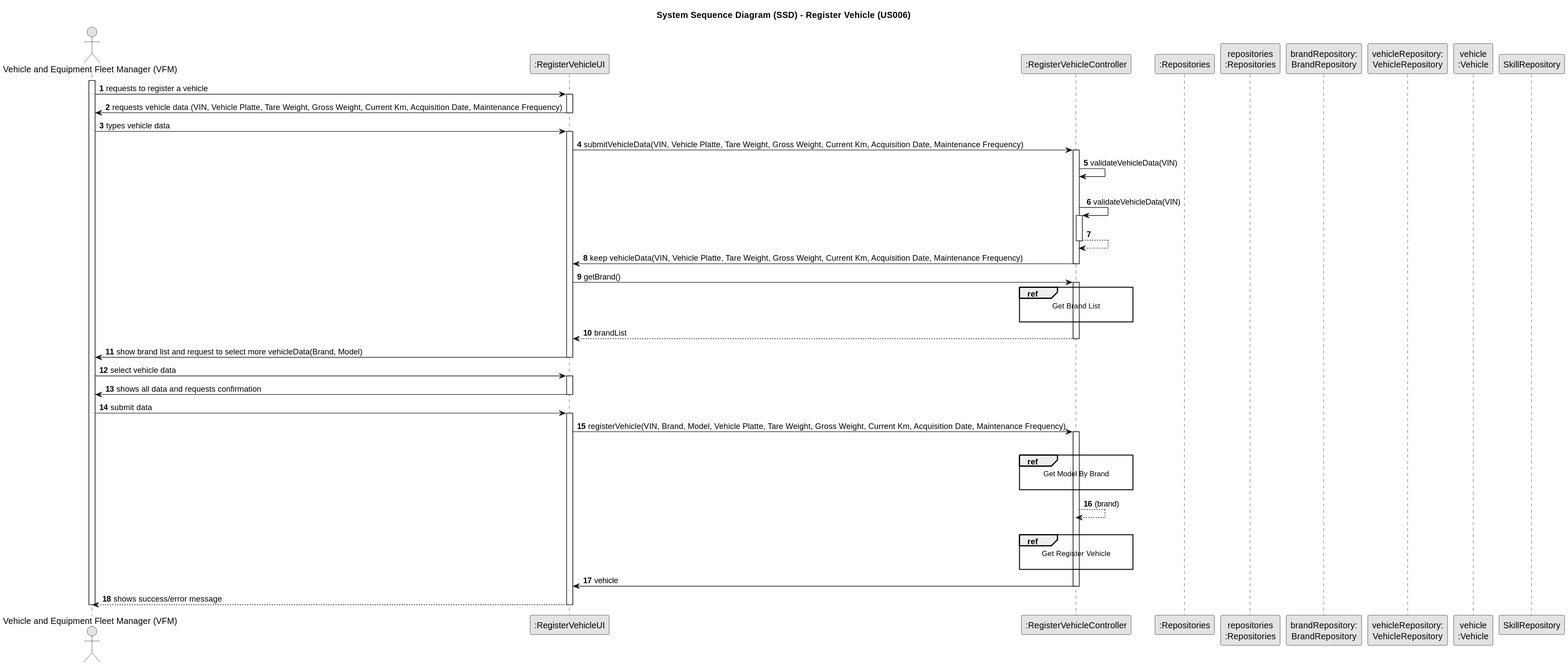
The PlantUML diagram docs/sprintB/us006/03.design/svg/us006-sequence-diagram-split.svg in ricardomm7/leaflink, before a commit.
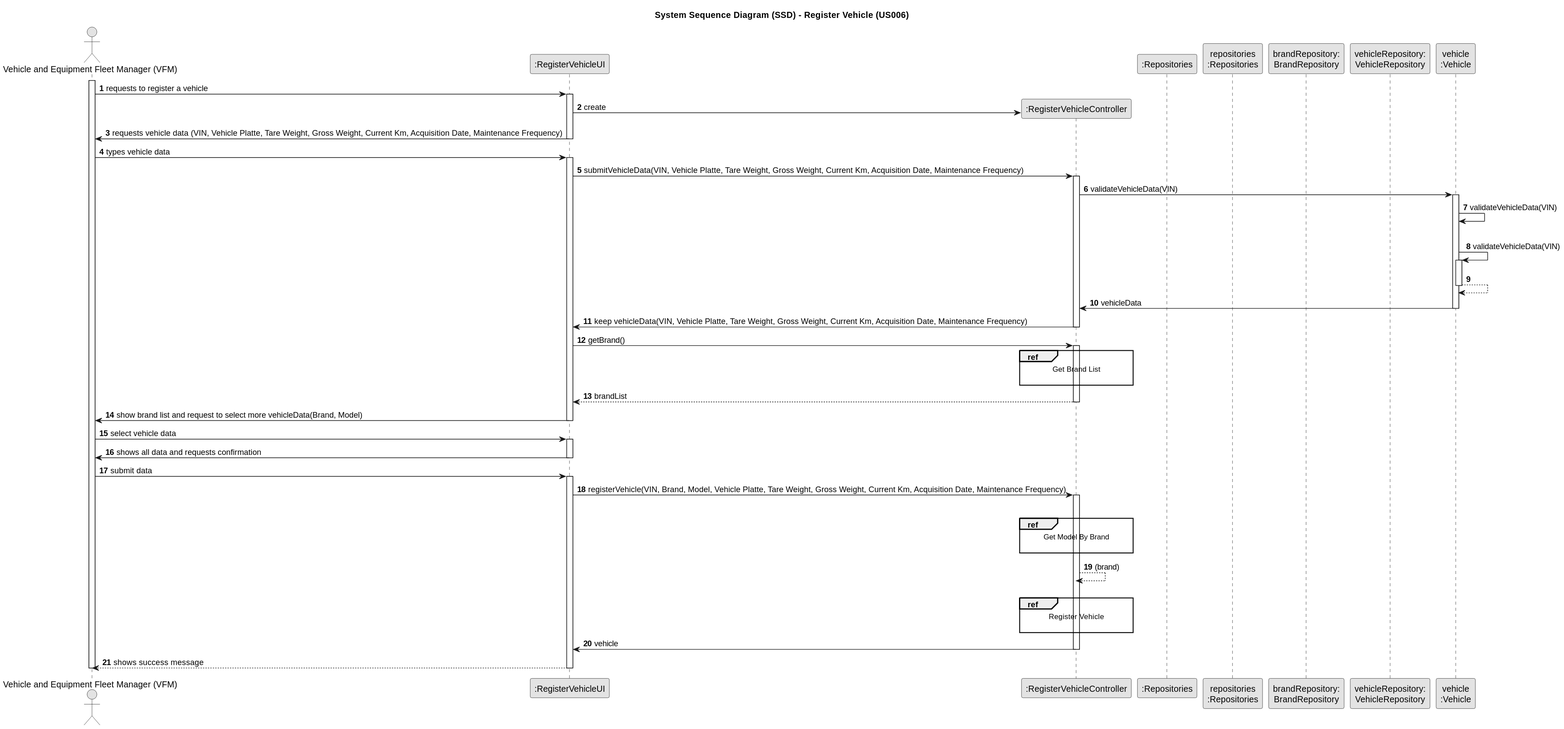
After the change.

Change to the diagram source:
```diff
@@ -21,6 +21,9 @@
     VFM -> UI : requests to register a vehicle
     activate UI
 
+                UI -> CTRL** : create
+
+
         UI -> VFM : requests vehicle data (VIN, Vehicle Platte, Tare Weight, Gross Weight, Current Km, Acquisition Date, Maintenance Frequency)
     deactivate UI
 
@@ -28,15 +31,23 @@
     activate UI
 
         UI -> CTRL : submitVehicleData(VIN, Vehicle Platte, Tare Weight, Gross Weight, Current Km, Acquisition Date, Maintenance Frequency)
-        activate CTRL
+                activate CTRL
 
-            CTRL -> CTRL : validateVehicleData(VIN)
+                    CTRL -> VEI : validateVehicleData(VIN)
+                    activate VEI
 
-            |||
-            CTRL -> CTRL : validateVehicleData(VIN)
-            activate CTRL
-                CTRL --> CTRL
-            deactivate CTRL
+                        VEI -> VEI : validateVehicleData(VIN)
+
+                        |||
+
+                        VEI -> VEI : validateVehicleData(VIN)
+                        activate VEI
+
+                        VEI --> VEI
+                        deactivate VEI
+
+                    VEI -> CTRL : vehicleData
+                    deactivate VEI
 
         CTRL -> UI : keep vehicleData(VIN, Vehicle Platte, Tare Weight, Gross Weight, Current Km, Acquisition Date, Maintenance Frequency)
         deactivate CTRL
@@ -72,23 +83,23 @@
 
                 end ref
 
-            deactivate SkillRepository
+            deactivate BrandRepository
 
          CTRL --> CTRL : (brand)
 
             |||
 
             ref over CTRL
-                                Get Register Vehicle
+                                Register Vehicle
 
                             end ref
 
-                        deactivate SkillRepository
+                        deactivate BrandRepository
 
             CTRL -> UI: vehicle
         deactivate CTRL
 
-        UI --> VFM : shows success/error message
+        UI --> VFM : shows success message
     deactivate UI
 
 deactivate VFM
```
